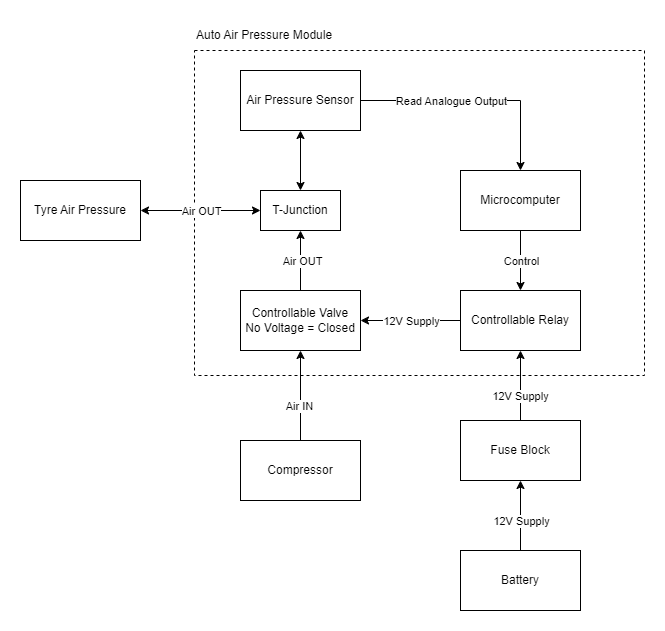
Earlier version of the draw.io export diagram.png (dhenl2/Auto-Compressor). Source tidied: cells renumbered, new cells last; positions are measured from the earlier drawing's top-left corner, leaving out a move shared by most shapes.
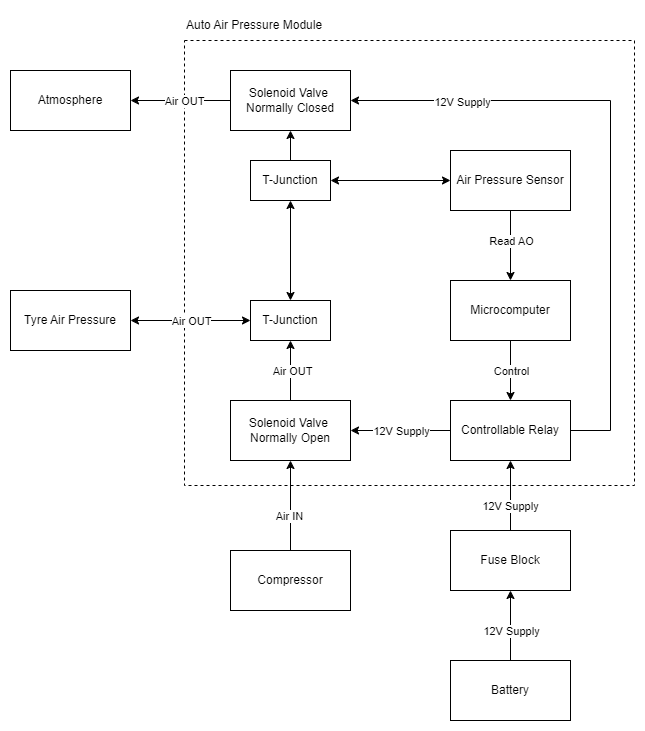
Later version of the same file.

Commit message:
Updated v1 diagram with 2 solenoid valves

The edit, as a diff of the source:
```diff
@@ -3,7 +3,7 @@
     <mxCell id="0" />
     <mxCell id="1" parent="0" />
     <mxCell id="2" style="rounded=0;whiteSpace=wrap;html=1;dashed=1;fillColor=none;" parent="1" vertex="1">
-      <mxGeometry x="174" y="30" width="450" height="325" as="geometry" />
+      <mxGeometry x="174" y="-90" width="450" height="445" as="geometry" />
     </mxCell>
     <mxCell id="3" style="edgeStyle=orthogonalEdgeStyle;rounded=0;jettySize=auto;html=1;" parent="1" edge="1" source="5" target="9">
       <mxGeometry relative="1" as="geometry" />
@@ -14,8 +14,16 @@
     <mxCell id="5" value="Compressor" style="rounded=0;whiteSpace=wrap;html=1;" parent="1" vertex="1">
       <mxGeometry x="220" y="420" width="120" height="60" as="geometry" />
     </mxCell>
+    <mxCell id="30" style="edgeStyle=orthogonalEdgeStyle;rounded=0;jettySize=auto;html=1;entryX=0.5;entryY=0;entryDx=0;entryDy=0;" parent="1" edge="1" source="6" target="17">
+      <mxGeometry relative="1" as="geometry" />
+    </mxCell>
+    <mxCell id="31" value="Read AO" style="edgeLabel;html=1;align=center;verticalAlign=middle;" parent="30" vertex="1">
+      <mxGeometry x="-0.19" relative="1" as="geometry">
+        <mxPoint y="2" as="offset" />
+      </mxGeometry>
+    </mxCell>
     <mxCell id="6" value="Air Pressure Sensor" style="rounded=0;whiteSpace=wrap;html=1;" parent="1" vertex="1">
-      <mxGeometry x="220" y="50" width="120" height="60" as="geometry" />
+      <mxGeometry x="440" y="20" width="120" height="60" as="geometry" />
     </mxCell>
     <mxCell id="7" style="edgeStyle=orthogonalEdgeStyle;rounded=0;jettySize=auto;html=1;entryX=0.5;entryY=1;entryDx=0;entryDy=0;" parent="1" edge="1" source="9" target="22">
       <mxGeometry relative="1" as="geometry">
@@ -30,7 +38,7 @@
         <mxPoint y="9" as="offset" />
       </mxGeometry>
     </mxCell>
-    <mxCell id="9" value="Controllable Valve&lt;br&gt;No Voltage = Closed" style="rounded=0;whiteSpace=wrap;html=1;" parent="1" vertex="1">
+    <mxCell id="9" value="Solenoid Valve&amp;nbsp;&lt;br&gt;Normally Open" style="rounded=0;whiteSpace=wrap;html=1;" parent="1" vertex="1">
       <mxGeometry x="220" y="270" width="120" height="60" as="geometry" />
     </mxCell>
     <mxCell id="10" style="edgeStyle=orthogonalEdgeStyle;rounded=0;jettySize=auto;html=1;startArrow=none;startFill=0;" parent="1" edge="1" source="12" target="9">
@@ -41,6 +49,17 @@
         <mxPoint x="13" y="-1" as="offset" />
       </mxGeometry>
     </mxCell>
+    <mxCell id="32" style="edgeStyle=orthogonalEdgeStyle;rounded=0;jettySize=auto;html=1;entryX=1;entryY=0.5;entryDx=0;entryDy=0;startArrow=none;startFill=0;" parent="1" edge="1" source="12" target="40">
+      <mxGeometry relative="1" as="geometry">
+        <Array as="points">
+          <mxPoint x="600" y="300" />
+          <mxPoint x="600" y="-30" />
+        </Array>
+      </mxGeometry>
+    </mxCell>
+    <mxCell id="33" value="12V Supply" style="edgeLabel;html=1;align=center;verticalAlign=middle;" parent="32" vertex="1">
+      <mxGeometry x="0.65" y="1" relative="1" as="geometry" />
+    </mxCell>
     <mxCell id="12" value="Controllable Relay" style="rounded=0;whiteSpace=wrap;html=1;" parent="1" vertex="1">
       <mxGeometry x="440" y="270" width="120" height="60" as="geometry" />
     </mxCell>
@@ -52,27 +71,12 @@
         <mxPoint y="-4" as="offset" />
       </mxGeometry>
     </mxCell>
-    <mxCell id="15" style="edgeStyle=orthogonalEdgeStyle;rounded=0;jettySize=auto;html=1;entryX=1;entryY=0.5;entryDx=0;entryDy=0;startArrow=classic;startFill=1;endArrow=none;endFill=0;" parent="1" edge="1" source="17" target="6">
-      <mxGeometry relative="1" as="geometry">
-        <Array as="points">
-          <mxPoint x="500" y="80" />
-        </Array>
-      </mxGeometry>
-    </mxCell>
-    <mxCell id="16" value="Read Analogue Output" style="edgeLabel;html=1;align=center;verticalAlign=middle;" parent="15" vertex="1">
-      <mxGeometry x="0.42" relative="1" as="geometry">
-        <mxPoint x="23" as="offset" />
-      </mxGeometry>
-    </mxCell>
     <mxCell id="17" value="Microcomputer" style="rounded=0;whiteSpace=wrap;html=1;" parent="1" vertex="1">
       <mxGeometry x="440" y="150" width="120" height="60" as="geometry" />
     </mxCell>
     <mxCell id="18" value="Tyre Air Pressure" style="rounded=0;whiteSpace=wrap;html=1;" parent="1" vertex="1">
       <mxGeometry y="160" width="120" height="60" as="geometry" />
     </mxCell>
-    <mxCell id="19" style="edgeStyle=orthogonalEdgeStyle;rounded=0;jettySize=auto;html=1;exitX=0.5;exitY=0;exitDx=0;exitDy=0;entryX=0.5;entryY=1;entryDx=0;entryDy=0;startArrow=classic;startFill=1;" parent="1" edge="1" source="22" target="6">
-      <mxGeometry relative="1" as="geometry" />
-    </mxCell>
     <mxCell id="20" style="edgeStyle=orthogonalEdgeStyle;rounded=0;jettySize=auto;html=1;exitX=0;exitY=0.5;exitDx=0;exitDy=0;entryX=1;entryY=0.5;entryDx=0;entryDy=0;startArrow=classic;startFill=1;" parent="1" edge="1" source="22" target="18">
       <mxGeometry relative="1" as="geometry" />
     </mxCell>
@@ -81,11 +85,14 @@
         <mxPoint x="18" as="offset" />
       </mxGeometry>
     </mxCell>
+    <mxCell id="34" style="edgeStyle=orthogonalEdgeStyle;rounded=0;jettySize=auto;html=1;entryX=0.5;entryY=1;entryDx=0;entryDy=0;startArrow=classic;startFill=1;" parent="1" edge="1" source="22" target="37">
+      <mxGeometry relative="1" as="geometry" />
+    </mxCell>
     <mxCell id="22" value="T-Junction" style="rounded=0;whiteSpace=wrap;html=1;fillColor=none;" parent="1" vertex="1">
       <mxGeometry x="240" y="170" width="80" height="40" as="geometry" />
     </mxCell>
     <mxCell id="23" value="Auto Air Pressure Module" style="text;html=1;strokeColor=none;fillColor=none;align=left;verticalAlign=middle;whiteSpace=wrap;rounded=0;" parent="1" vertex="1">
-      <mxGeometry x="174" width="146" height="30" as="geometry" />
+      <mxGeometry x="174" y="-120" width="146" height="30" as="geometry" />
     </mxCell>
     <mxCell id="24" style="edgeStyle=orthogonalEdgeStyle;rounded=0;jettySize=auto;html=1;entryX=0.5;entryY=1;entryDx=0;entryDy=0;startArrow=none;startFill=0;" parent="1" edge="1" source="26" target="29">
       <mxGeometry relative="1" as="geometry">
@@ -112,5 +119,28 @@
     <mxCell id="29" value="Fuse Block" style="rounded=0;whiteSpace=wrap;html=1;fillColor=none;" parent="1" vertex="1">
       <mxGeometry x="440" y="400" width="120" height="60" as="geometry" />
     </mxCell>
+    <mxCell id="35" style="edgeStyle=orthogonalEdgeStyle;rounded=0;jettySize=auto;html=1;entryX=0;entryY=0.5;entryDx=0;entryDy=0;startArrow=classic;startFill=1;" parent="1" edge="1" source="37" target="6">
+      <mxGeometry relative="1" as="geometry" />
+    </mxCell>
+    <mxCell id="36" style="edgeStyle=orthogonalEdgeStyle;rounded=0;jettySize=auto;html=1;startArrow=none;startFill=0;" parent="1" edge="1" source="37" target="40">
+      <mxGeometry relative="1" as="geometry" />
+    </mxCell>
+    <mxCell id="37" value="T-Junction" style="rounded=0;whiteSpace=wrap;html=1;fillColor=none;" parent="1" vertex="1">
+      <mxGeometry x="240" y="30" width="80" height="40" as="geometry" />
+    </mxCell>
+    <mxCell id="38" style="edgeStyle=orthogonalEdgeStyle;rounded=0;jettySize=auto;html=1;startArrow=none;startFill=0;" parent="1" edge="1" source="40" target="41">
+      <mxGeometry relative="1" as="geometry" />
+    </mxCell>
+    <mxCell id="39" value="Air OUT" style="edgeLabel;html=1;align=center;verticalAlign=middle;" parent="38" vertex="1">
+      <mxGeometry x="0.19" y="1" relative="1" as="geometry">
+        <mxPoint x="13" y="-1" as="offset" />
+      </mxGeometry>
+    </mxCell>
+    <mxCell id="40" value="Solenoid Valve&amp;nbsp;&lt;br&gt;Normally Closed" style="rounded=0;whiteSpace=wrap;html=1;" parent="1" vertex="1">
+      <mxGeometry x="220" y="-60" width="120" height="60" as="geometry" />
+    </mxCell>
+    <mxCell id="41" value="Atmosphere" style="rounded=0;whiteSpace=wrap;html=1;" parent="1" vertex="1">
+      <mxGeometry y="-60" width="120" height="60" as="geometry" />
+    </mxCell>
   </root>
 </mxGraphModel>
```
